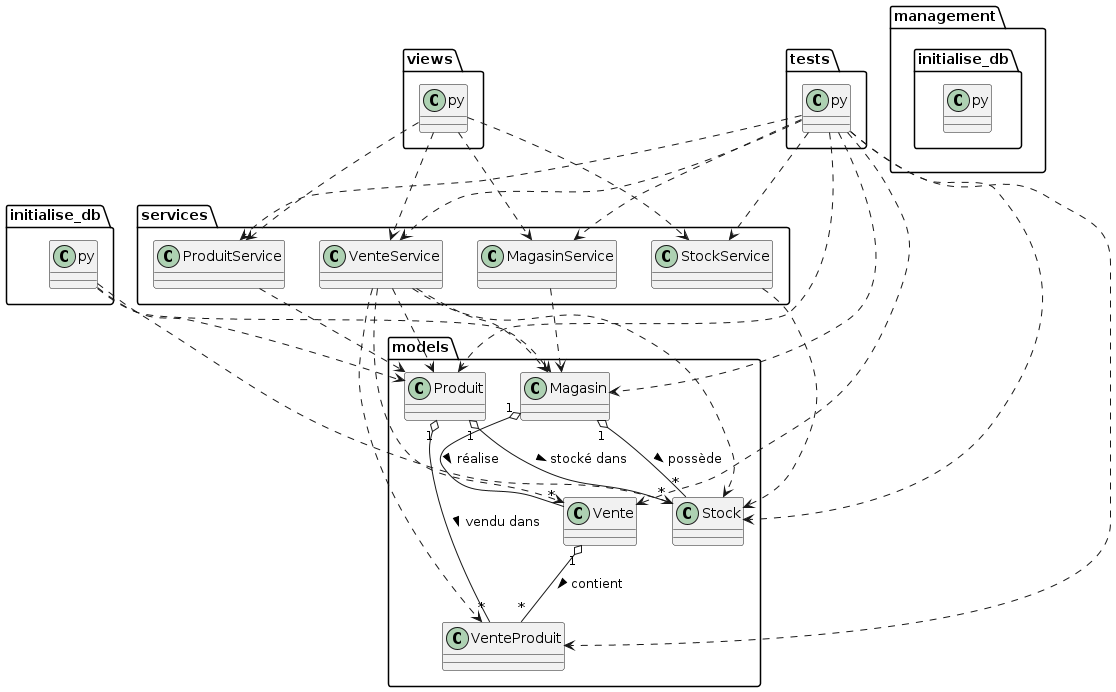
The PlantUML diagram Images/UML/VueImplementation.png in DylannFontus/Lab0_Log430, before a commit.
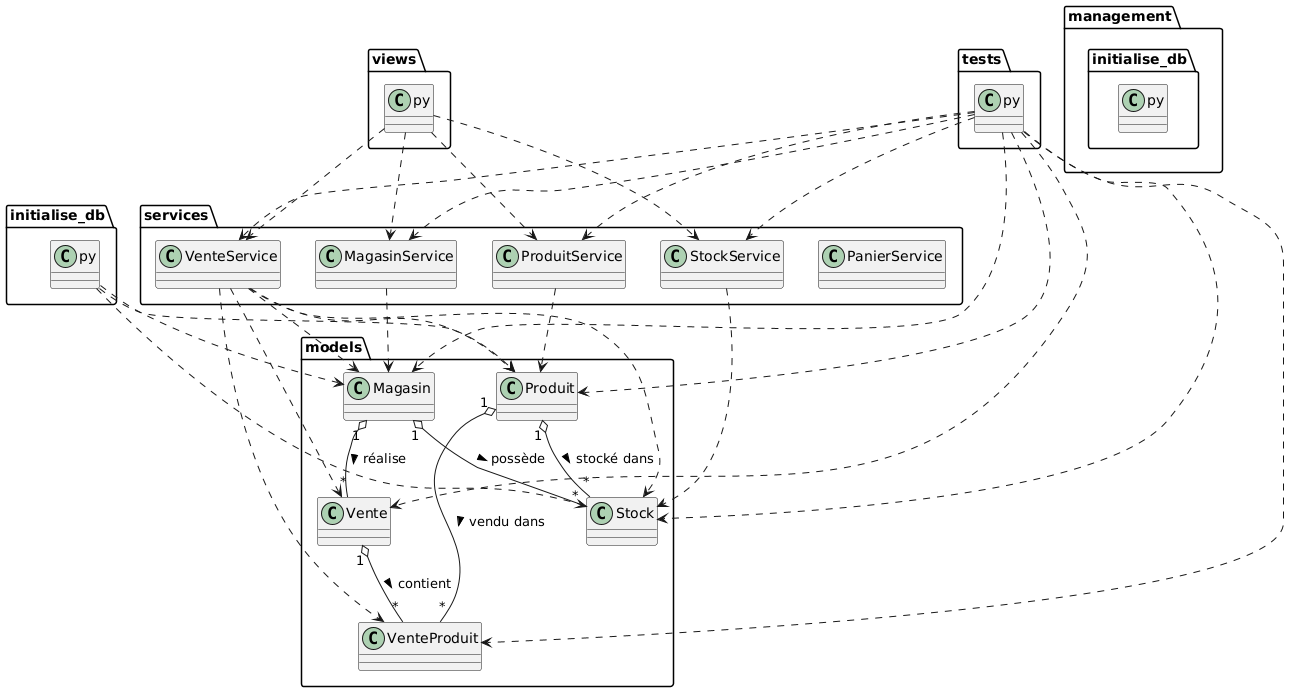
Later version of the same file.

What changed in the source:
```diff
@@ -1,5 +1,4 @@
 @startuml
-
 package "models" {
     class Magasin
     class Produit
@@ -13,6 +12,7 @@
     class ProduitService
     class StockService
     class VenteService
+    class PanierService
 }
 
 package "views" {
@@ -60,5 +60,4 @@
 tests.py ..> Stock
 tests.py ..> Vente
 tests.py ..> VenteProduit
-
 @enduml
```
